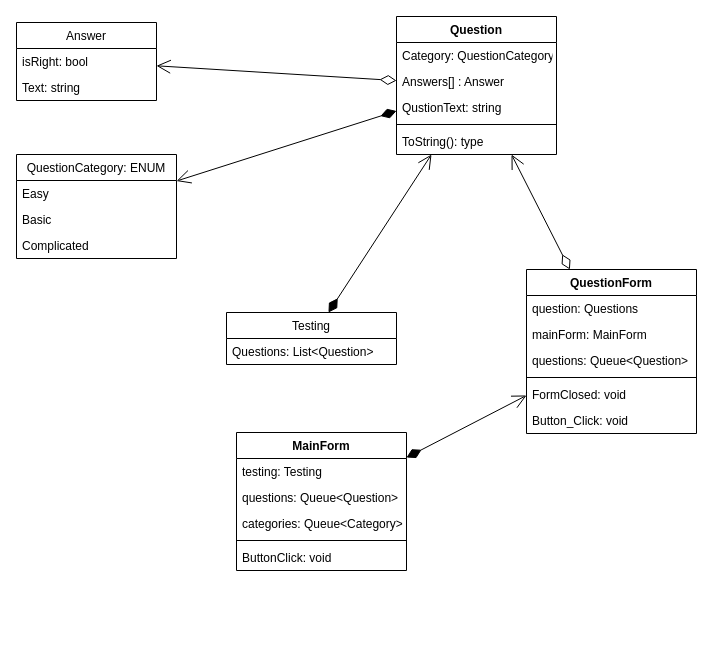
This is class diagram.drawio from Vladoffz/MMTSD, a draw.io file, before an edit. Source tidied: cells renumbered, new cells numbered last; positions are measured from the earlier drawing's top-left corner, leaving out a move shared by most shapes. Both pictures are drawn from the tidied source at 100%, with x=0, y=0 at pixel (16, 16).
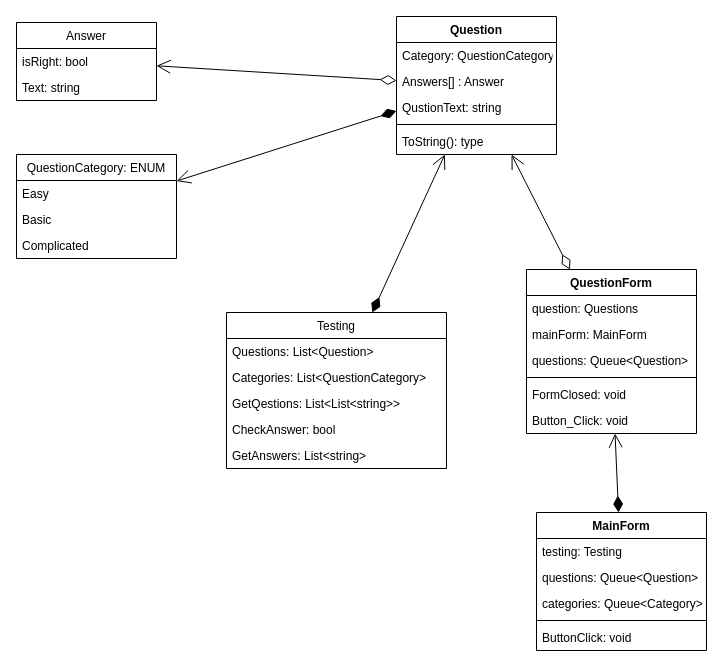
Above is the later version.

Diff of the diagram source:
```diff
@@
     <mxCell id="17" value="Testing" style="swimlane;fontStyle=0;horizontal=1;startSize=26;fillColor=none;" parent="1" vertex="1">
-      <mxGeometry x="210" y="296" width="170" height="52" as="geometry" />
+      <mxGeometry x="210" y="296" width="220" height="156" as="geometry" />
     </mxCell>
     <mxCell id="18" value="Questions: List&lt;Question&gt;" style="text;strokeColor=none;fillColor=none;align=left;verticalAlign=top;spacingLeft=4;spacingRight=4;overflow=hidden;" parent="17" vertex="1">
-      <mxGeometry y="26" width="170" height="26" as="geometry" />
+      <mxGeometry y="26" width="220" height="26" as="geometry" />
     </mxCell>
+    <mxCell id="35" value="Categories: List&lt;QuestionCategory&gt;" style="text;strokeColor=none;fillColor=none;align=left;verticalAlign=top;spacingLeft=4;spacingRight=4;overflow=hidden;" parent="17" vertex="1">
+      <mxGeometry y="52" width="220" height="26" as="geometry" />
+    </mxCell>
+    <mxCell id="36" value="GetQestions: List&lt;List&lt;string&gt;&gt;" style="text;strokeColor=none;fillColor=none;align=left;verticalAlign=top;spacingLeft=4;spacingRight=4;overflow=hidden;" parent="17" vertex="1">
+      <mxGeometry y="78" width="220" height="26" as="geometry" />
+    </mxCell>
+    <mxCell id="37" value="CheckAnswer: bool" style="text;strokeColor=none;fillColor=none;align=left;verticalAlign=top;spacingLeft=4;spacingRight=4;overflow=hidden;" parent="17" vertex="1">
+      <mxGeometry y="104" width="220" height="26" as="geometry" />
+    </mxCell>
+    <mxCell id="38" value="GetAnswers: List&lt;string&gt;" style="text;strokeColor=none;fillColor=none;align=left;verticalAlign=top;spacingLeft=4;spacingRight=4;overflow=hidden;" parent="17" vertex="1">
+      <mxGeometry y="130" width="220" height="26" as="geometry" />
+    </mxCell>
@@
     <mxCell id="27" value="MainForm" style="swimlane;fontStyle=1;align=center;verticalAlign=top;horizontal=1;startSize=26;" parent="1" vertex="1">
-      <mxGeometry x="220" y="416" width="170" height="138" as="geometry" />
+      <mxGeometry x="520" y="496" width="170" height="138" as="geometry" />
     </mxCell>
```
